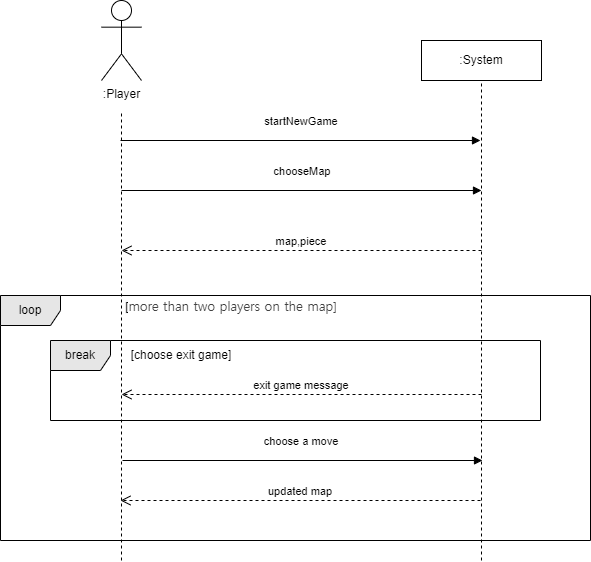
Above: diagram/시스템시퀀스다이어그램/SystemSequenceDiagram.png in iGH01gi/SE_Term_Project (draw.io), before the change. Source tidied: cells renumbered, new cells last; positions are measured from the earlier drawing's top-left corner, leaving out a move shared by most shapes. Its diagram source:
```xml
<mxGraphModel>
  <root>
    <mxCell id="0" />
    <mxCell id="1" parent="0" />
    <mxCell id="2" value="map,piece" style="verticalAlign=bottom;endArrow=open;dashed=1;endSize=8;exitX=0;exitY=0.95;shadow=0;strokeWidth=1;" parent="1" edge="1">
      <mxGeometry relative="1" as="geometry">
        <mxPoint x="481" y="250" as="sourcePoint" />
        <mxPoint x="121" y="250" as="targetPoint" />
      </mxGeometry>
    </mxCell>
    <mxCell id="3" value="startNewGame" style="verticalAlign=bottom;endArrow=block;shadow=0;strokeWidth=1;" parent="1" edge="1">
      <mxGeometry x="0.01" y="10" relative="1" as="geometry">
        <mxPoint x="120" y="140" as="sourcePoint" />
        <mxPoint x="480" y="140" as="targetPoint" />
      </mxGeometry>
    </mxCell>
    <mxCell id="4" value=":Player" style="shape=umlActor;verticalLabelPosition=bottom;verticalAlign=top;html=1;" parent="1" vertex="1">
      <mxGeometry x="101" width="40" height="80" as="geometry" />
    </mxCell>
    <mxCell id="5" value=":System" style="rounded=0;whiteSpace=wrap;html=1;" parent="1" vertex="1">
      <mxGeometry x="421" y="40" width="120" height="40" as="geometry" />
    </mxCell>
    <mxCell id="6" style="endArrow=none;dashed=1;html=1;rounded=0;" parent="1" edge="1">
      <mxGeometry relative="1" as="geometry">
        <mxPoint x="121" y="560" as="sourcePoint" />
        <mxPoint x="121" y="110" as="targetPoint" />
      </mxGeometry>
    </mxCell>
    <mxCell id="7" style="endArrow=none;dashed=1;html=1;rounded=0;entryX=0.5;entryY=1;entryDx=0;entryDy=0;" parent="1" edge="1" target="5">
      <mxGeometry relative="1" as="geometry">
        <mxPoint x="481" y="560" as="sourcePoint" />
      </mxGeometry>
    </mxCell>
    <mxCell id="8" value="chooseMap" style="verticalAlign=bottom;endArrow=block;shadow=0;strokeWidth=1;" parent="1" edge="1">
      <mxGeometry x="0.01" y="10" relative="1" as="geometry">
        <mxPoint x="121" y="190" as="sourcePoint" />
        <mxPoint x="481" y="190" as="targetPoint" />
      </mxGeometry>
    </mxCell>
    <mxCell id="9" value="break" style="shape=umlFrame;whiteSpace=wrap;html=1;fillColor=#E6E6E6;" parent="1" vertex="1">
      <mxGeometry x="50" y="340" width="490" height="80" as="geometry" />
    </mxCell>
    <mxCell id="10" value="[choose exit game]" style="text;html=1;strokeColor=none;fillColor=none;align=center;verticalAlign=middle;whiteSpace=wrap;rounded=0;" parent="1" vertex="1">
      <mxGeometry x="111" y="340" width="140" height="30" as="geometry" />
    </mxCell>
    <mxCell id="11" value="exit game message" style="verticalAlign=bottom;endArrow=open;dashed=1;endSize=8;exitX=0;exitY=0.95;shadow=0;strokeWidth=1;" parent="1" edge="1">
      <mxGeometry relative="1" as="geometry">
        <mxPoint x="481" y="394" as="sourcePoint" />
        <mxPoint x="121" y="394" as="targetPoint" />
      </mxGeometry>
    </mxCell>
    <mxCell id="12" value="loop" style="shape=umlFrame;whiteSpace=wrap;html=1;fillColor=#E6E6E6;" parent="1" vertex="1">
      <mxGeometry y="295" width="590" height="245" as="geometry" />
    </mxCell>
    <mxCell id="13" value="&lt;div style=&quot;text-align: center;&quot;&gt;&lt;span style=&quot;text-align: start; background-color: rgb(248, 249, 250);&quot;&gt;[&lt;/span&gt;&lt;span style=&quot;background-color: rgb(255, 255, 255); color: rgb(66, 66, 66); font-family: -apple-system, BlinkMacSystemFont, &amp;quot;Malgun Gothic&amp;quot;, &amp;quot;맑은 고딕&amp;quot;, helvetica, &amp;quot;Apple SD Gothic Neo&amp;quot;, helvetica, &amp;quot;나눔바른고딕 옛한글&amp;quot;, &amp;quot;NanumBarunGothic YetHangul&amp;quot;, sans-serif; font-size: 13px; letter-spacing: -0.1px; text-align: start;&quot;&gt;more than two players on the map]&lt;/span&gt;&lt;/div&gt;" style="text;html=1;strokeColor=none;fillColor=none;align=center;verticalAlign=middle;whiteSpace=wrap;rounded=0;" parent="1" vertex="1">
      <mxGeometry x="76" y="291" width="310" height="30" as="geometry" />
    </mxCell>
    <mxCell id="14" value="choose a move" style="verticalAlign=bottom;endArrow=block;shadow=0;strokeWidth=1;" parent="1" edge="1">
      <mxGeometry x="-0.01" y="10" relative="1" as="geometry">
        <mxPoint x="122" y="460" as="sourcePoint" />
        <mxPoint x="482" y="460" as="targetPoint" />
      </mxGeometry>
    </mxCell>
    <mxCell id="15" value="updated map" style="verticalAlign=bottom;endArrow=open;dashed=1;endSize=8;exitX=0;exitY=0.95;shadow=0;strokeWidth=1;" parent="1" edge="1">
      <mxGeometry relative="1" as="geometry">
        <mxPoint x="480" y="500" as="sourcePoint" />
        <mxPoint x="120" y="500" as="targetPoint" />
      </mxGeometry>
    </mxCell>
  </root>
</mxGraphModel>
```
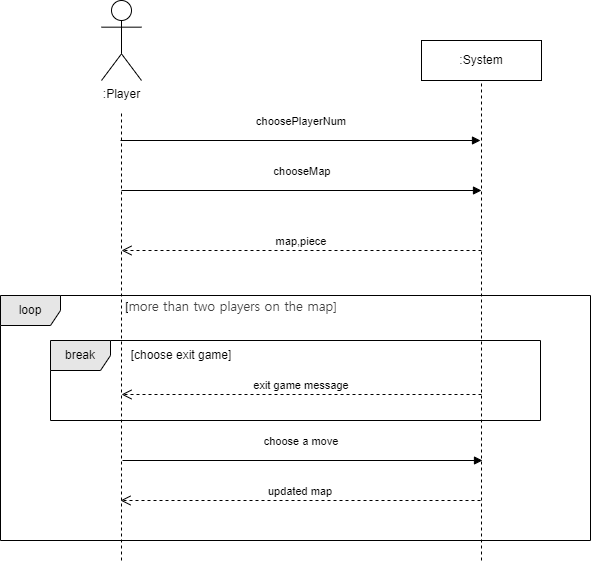
The same diagram one commit later.

The edit, as a diff of the source:
```diff
@@ -8,7 +8,7 @@
         <mxPoint x="121" y="250" as="targetPoint" />
       </mxGeometry>
     </mxCell>
-    <mxCell id="3" value="startNewGame" style="verticalAlign=bottom;endArrow=block;shadow=0;strokeWidth=1;" parent="1" edge="1">
+    <mxCell id="3" value="choosePlayerNum" style="verticalAlign=bottom;endArrow=block;shadow=0;strokeWidth=1;" parent="1" edge="1">
       <mxGeometry x="0.01" y="10" relative="1" as="geometry">
         <mxPoint x="120" y="140" as="sourcePoint" />
         <mxPoint x="480" y="140" as="targetPoint" />
```
